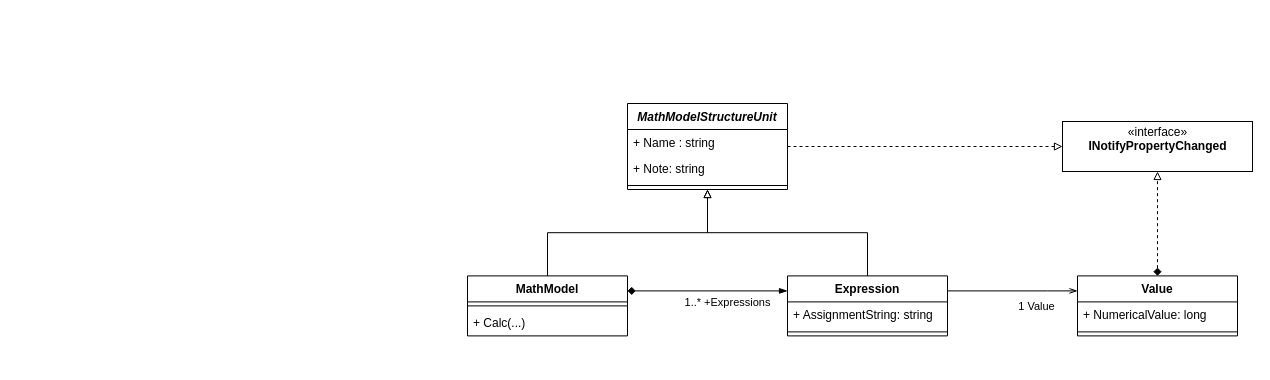
Earlier version of the draw.io diagram page "Class Diagram MathModel" (1 of 2) of Architektur/MathModels.drawio (tocto/Schrittmacher). Source tidied: cells renumbered, new cells numbered last; positions are measured from the earlier drawing's top-left corner, leaving out a move shared by most shapes. Both pictures are drawn from the tidied source at 100%, with x=0, y=0 at pixel (467, 103).
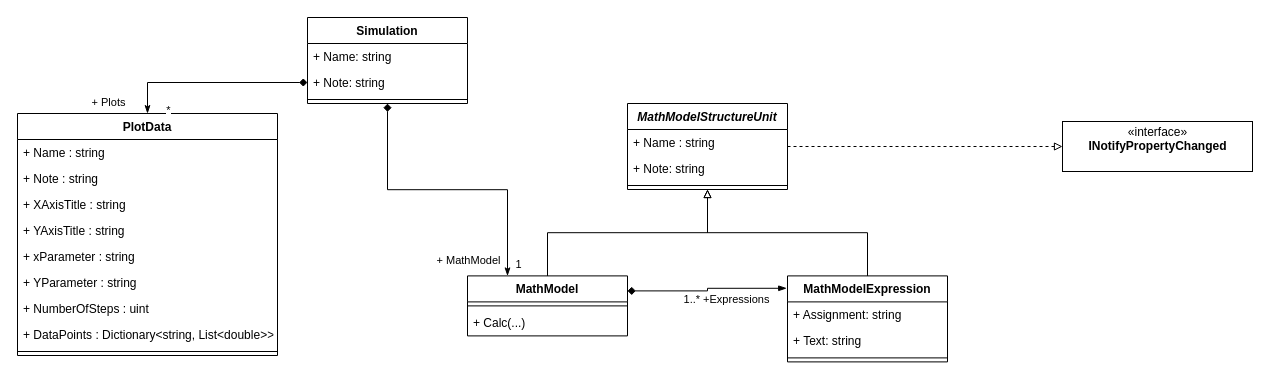
After the change.

Unchanged cells that the change refers to:
```xml
<mxCell id="9" value="MathModel" style="swimlane;fontStyle=1;align=center;verticalAlign=top;horizontal=1;startSize=26;" parent="1" vertex="1">
  <mxGeometry y="172.4" width="160" height="60" as="geometry" />
</mxCell>
<mxCell id="23" value="«interface»&lt;br&gt;&lt;b&gt;INotifyPropertyChanged&lt;br&gt;&lt;br&gt;&lt;/b&gt;" style="html=1;" parent="1" vertex="1">
  <mxGeometry x="595" y="18" width="190" height="50" as="geometry" />
</mxCell>
```

Change to the diagram source:
```diff
@@
-    <mxCell id="7" style="edgeStyle=orthogonalEdgeStyle;rounded=0;sketch=0;jettySize=auto;html=1;entryX=0;entryY=0.25;entryDx=0;entryDy=0;shadow=0;startArrow=diamond;startFill=1;endArrow=blockThin;endFill=1;exitX=1;exitY=0.25;exitDx=0;exitDy=0;" parent="1" edge="1" source="9" target="14">
+    <mxCell id="7" style="edgeStyle=orthogonalEdgeStyle;rounded=0;sketch=0;jettySize=auto;html=1;entryX=-0.005;entryY=0.144;entryDx=0;entryDy=0;shadow=0;startArrow=diamond;startFill=1;endArrow=blockThin;endFill=1;exitX=1;exitY=0.25;exitDx=0;exitDy=0;entryPerimeter=0;" parent="1" edge="1" source="9" target="14">
       <mxGeometry relative="1" as="geometry" />
     </mxCell>
@@
-    <mxCell id="12" style="edgeStyle=orthogonalEdgeStyle;rounded=0;sketch=0;jettySize=auto;html=1;entryX=0;entryY=0.25;entryDx=0;entryDy=0;shadow=0;startArrow=none;startFill=0;endArrow=openThin;endFill=0;exitX=1;exitY=0.25;exitDx=0;exitDy=0;" parent="1" edge="1" source="14" target="20">
-      <mxGeometry relative="1" as="geometry">
-        <Array as="points">
-          <mxPoint x="580" y="187.4" />
-          <mxPoint x="580" y="187.4" />
-        </Array>
-      </mxGeometry>
-    </mxCell>
-    <mxCell id="13" value="1 Value" style="edgeLabel;html=1;align=center;verticalAlign=middle;" parent="12" vertex="1">
-      <mxGeometry x="0.35" relative="1" as="geometry">
-        <mxPoint y="15" as="offset" />
-      </mxGeometry>
-    </mxCell>
-    <mxCell id="14" value="Expression" style="swimlane;fontStyle=1;align=center;verticalAlign=top;horizontal=1;startSize=26;" parent="1" vertex="1">
-      <mxGeometry x="320" y="172.4" width="160" height="60" as="geometry" />
+    <mxCell id="14" value="MathModelExpression" style="swimlane;fontStyle=1;align=center;verticalAlign=top;horizontal=1;startSize=26;" parent="1" vertex="1">
+      <mxGeometry x="320" y="172.4" width="160" height="86" as="geometry" />
     </mxCell>
-    <mxCell id="15" value="+ AssignmentString: string" style="text;strokeColor=none;fillColor=none;align=left;verticalAlign=top;spacingLeft=4;spacingRight=4;overflow=hidden;" parent="14" vertex="1">
+    <mxCell id="15" value="+ Assignment: string" style="text;strokeColor=none;fillColor=none;align=left;verticalAlign=top;spacingLeft=4;spacingRight=4;overflow=hidden;" parent="14" vertex="1">
       <mxGeometry y="26" width="160" height="26" as="geometry" />
     </mxCell>
+    <mxCell id="24" value="+ Text: string" style="text;strokeColor=none;fillColor=none;align=left;verticalAlign=top;spacingLeft=4;spacingRight=4;overflow=hidden;" parent="14" vertex="1">
+      <mxGeometry y="52" width="160" height="26" as="geometry" />
+    </mxCell>
     <mxCell id="16" style="line;strokeWidth=1;fillColor=none;align=left;verticalAlign=middle;spacingTop=-1;spacingLeft=3;spacingRight=3;labelPosition=right;" parent="14" vertex="1">
-      <mxGeometry y="52" width="160" height="8" as="geometry" />
+      <mxGeometry y="78" width="160" height="8" as="geometry" />
     </mxCell>
@@
-    <mxCell id="19" style="edgeStyle=orthogonalEdgeStyle;rounded=0;sketch=0;jettySize=auto;html=1;entryX=0.5;entryY=1;entryDx=0;entryDy=0;shadow=0;startArrow=diamond;startFill=1;endArrow=block;endFill=0;dashed=1;" parent="1" edge="1" source="20" target="23">
-      <mxGeometry relative="1" as="geometry" />
-    </mxCell>
-    <mxCell id="20" value="Value" style="swimlane;fontStyle=1;align=center;verticalAlign=top;horizontal=1;startSize=26;" parent="1" vertex="1">
-      <mxGeometry x="610" y="172.4" width="160" height="60" as="geometry" />
-    </mxCell>
-    <mxCell id="21" value="+ NumericalValue: long" style="text;strokeColor=none;fillColor=none;align=left;verticalAlign=top;spacingLeft=4;spacingRight=4;overflow=hidden;" parent="20" vertex="1">
-      <mxGeometry y="26" width="160" height="26" as="geometry" />
-    </mxCell>
-    <mxCell id="22" style="line;strokeWidth=1;fillColor=none;align=left;verticalAlign=middle;spacingTop=-1;spacingLeft=3;spacingRight=3;labelPosition=right;" parent="20" vertex="1">
-      <mxGeometry y="52" width="160" height="8" as="geometry" />
-    </mxCell>
@@
+    <mxCell id="25" style="edgeStyle=orthogonalEdgeStyle;rounded=0;jettySize=auto;html=1;entryX=0.25;entryY=0;entryDx=0;entryDy=0;startArrow=diamond;startFill=1;endArrow=classicThin;endFill=1;" parent="1" edge="1" source="28" target="9">
+      <mxGeometry relative="1" as="geometry" />
+    </mxCell>
+    <mxCell id="26" value="+ MathModel" style="edgeLabel;html=1;align=center;verticalAlign=middle;" parent="25" vertex="1">
+      <mxGeometry x="0.89" relative="1" as="geometry">
+        <mxPoint x="-40" as="offset" />
+      </mxGeometry>
+    </mxCell>
+    <mxCell id="27" value="1" style="edgeLabel;html=1;align=center;verticalAlign=middle;" parent="25" vertex="1">
+      <mxGeometry x="0.81" y="2" relative="1" as="geometry">
+        <mxPoint x="8" y="15" as="offset" />
+      </mxGeometry>
+    </mxCell>
+    <mxCell id="28" value="Simulation" style="swimlane;fontStyle=1;align=center;verticalAlign=top;horizontal=1;startSize=26;" parent="1" vertex="1">
+      <mxGeometry x="-160" y="-86" width="160" height="86" as="geometry" />
+    </mxCell>
+    <mxCell id="29" value="+ Name: string" style="text;strokeColor=none;fillColor=none;align=left;verticalAlign=top;spacingLeft=4;spacingRight=4;overflow=hidden;" parent="28" vertex="1">
+      <mxGeometry y="26" width="160" height="26" as="geometry" />
+    </mxCell>
+    <mxCell id="30" value="+ Note: string" style="text;strokeColor=none;fillColor=none;align=left;verticalAlign=top;spacingLeft=4;spacingRight=4;overflow=hidden;points=[[0,0.5],[1,0.5]];portConstraint=eastwest;" parent="28" vertex="1">
+      <mxGeometry y="52" width="160" height="26" as="geometry" />
+    </mxCell>
+    <mxCell id="31" style="line;strokeWidth=1;fillColor=none;align=left;verticalAlign=middle;spacingTop=-1;spacingLeft=3;spacingRight=3;labelPosition=right;" parent="28" vertex="1">
+      <mxGeometry y="78" width="160" height="8" as="geometry" />
+    </mxCell>
+    <mxCell id="32" value="PlotData" style="swimlane;fontStyle=1;align=center;verticalAlign=top;horizontal=1;startSize=26;" parent="1" vertex="1">
+      <mxGeometry x="-450" y="10" width="260" height="242" as="geometry" />
+    </mxCell>
+    <mxCell id="33" value="+ Name : string" style="text;strokeColor=none;fillColor=none;align=left;verticalAlign=top;spacingLeft=4;spacingRight=4;overflow=hidden;" parent="32" vertex="1">
+      <mxGeometry y="26" width="260" height="26" as="geometry" />
+    </mxCell>
+    <mxCell id="34" value="+ Note : string" style="text;strokeColor=none;fillColor=none;align=left;verticalAlign=top;spacingLeft=4;spacingRight=4;overflow=hidden;" parent="32" vertex="1">
+      <mxGeometry y="52" width="260" height="26" as="geometry" />
+    </mxCell>
+    <mxCell id="35" value="+ XAxisTitle : string" style="text;strokeColor=none;fillColor=none;align=left;verticalAlign=top;spacingLeft=4;spacingRight=4;overflow=hidden;" parent="32" vertex="1">
+      <mxGeometry y="78" width="260" height="26" as="geometry" />
+    </mxCell>
+    <mxCell id="36" value="+ YAxisTitle : string&#10;" style="text;strokeColor=none;fillColor=none;align=left;verticalAlign=top;spacingLeft=4;spacingRight=4;overflow=hidden;" parent="32" vertex="1">
+      <mxGeometry y="104" width="260" height="26" as="geometry" />
+    </mxCell>
+    <mxCell id="37" value="+ xParameter : string&#10;" style="text;strokeColor=none;fillColor=none;align=left;verticalAlign=top;spacingLeft=4;spacingRight=4;overflow=hidden;" parent="32" vertex="1">
+      <mxGeometry y="130" width="260" height="26" as="geometry" />
+    </mxCell>
+    <mxCell id="38" value="+ YParameter : string" style="text;strokeColor=none;fillColor=none;align=left;verticalAlign=top;spacingLeft=4;spacingRight=4;overflow=hidden;" parent="32" vertex="1">
+      <mxGeometry y="156" width="260" height="26" as="geometry" />
+    </mxCell>
+    <mxCell id="39" value="+ NumberOfSteps : uint" style="text;strokeColor=none;fillColor=none;align=left;verticalAlign=top;spacingLeft=4;spacingRight=4;overflow=hidden;" parent="32" vertex="1">
+      <mxGeometry y="182" width="260" height="26" as="geometry" />
+    </mxCell>
+    <mxCell id="40" value="+ DataPoints : Dictionary&lt;string, List&lt;double&gt;&gt;" style="text;strokeColor=none;fillColor=none;align=left;verticalAlign=top;spacingLeft=4;spacingRight=4;overflow=hidden;" parent="32" vertex="1">
+      <mxGeometry y="208" width="260" height="26" as="geometry" />
+    </mxCell>
+    <mxCell id="41" style="line;strokeWidth=1;fillColor=none;align=left;verticalAlign=middle;spacingTop=-1;spacingLeft=3;spacingRight=3;labelPosition=right;" parent="32" vertex="1">
+      <mxGeometry y="234" width="260" height="8" as="geometry" />
+    </mxCell>
+    <mxCell id="42" style="edgeStyle=orthogonalEdgeStyle;rounded=0;jettySize=auto;html=1;entryX=0.5;entryY=0;entryDx=0;entryDy=0;startArrow=diamond;startFill=1;endArrow=classicThin;endFill=1;" parent="1" edge="1" source="30" target="32">
+      <mxGeometry relative="1" as="geometry" />
+    </mxCell>
+    <mxCell id="43" value="+ Plots" style="edgeLabel;html=1;align=center;verticalAlign=middle;" parent="42" vertex="1">
+      <mxGeometry x="0.77" y="-5" relative="1" as="geometry">
+        <mxPoint x="-35" y="10" as="offset" />
+      </mxGeometry>
+    </mxCell>
+    <mxCell id="44" value="*" style="edgeLabel;html=1;align=center;verticalAlign=middle;" parent="42" vertex="1">
+      <mxGeometry x="0.76" y="-5" relative="1" as="geometry">
+        <mxPoint x="25" y="19.1" as="offset" />
+      </mxGeometry>
+    </mxCell>
```
